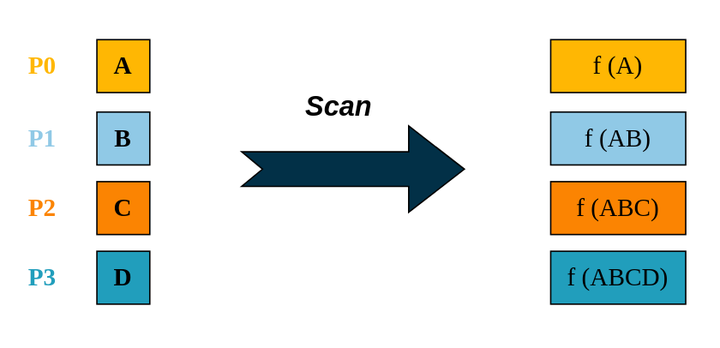
The draw.io diagram img/ch-mpi/scan.svg in godaai/scale-py-zh, before a commit. Source tidied: cells renumbered, new cells last; positions are measured from the earlier drawing's top-left corner, leaving out a move shared by most shapes.
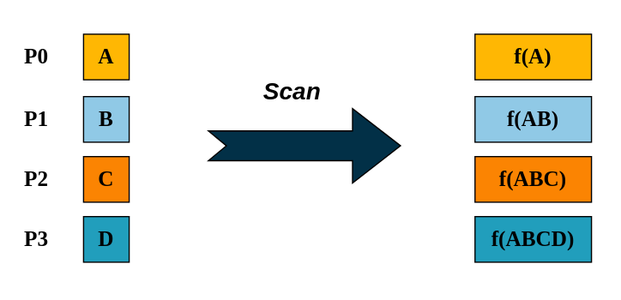
After the commit.

Change to the diagram source:
```diff
@@ -17,16 +17,16 @@
     <mxCell id="6" value="&lt;font face=&quot;Times New Roman&quot;&gt;&lt;span style=&quot;font-size: 18px;&quot;&gt;&lt;b&gt;D&lt;/b&gt;&lt;/span&gt;&lt;/font&gt;" style="whiteSpace=wrap;html=1;fillColor=#219EBC;" parent="1" vertex="1">
       <mxGeometry x="69" y="180" width="38" height="38" as="geometry" />
     </mxCell>
-    <mxCell id="7" value="&lt;font color=&quot;#ffb703&quot; style=&quot;font-size: 18px;&quot; face=&quot;Times New Roman&quot;&gt;&lt;b&gt;P0&lt;/b&gt;&lt;/font&gt;" style="text;html=1;strokeColor=none;fillColor=none;align=center;verticalAlign=middle;whiteSpace=wrap;rounded=0;" parent="1" vertex="1">
+    <mxCell id="7" value="&lt;font style=&quot;font-size: 18px;&quot; face=&quot;Times New Roman&quot;&gt;&lt;b&gt;P0&lt;/b&gt;&lt;/font&gt;" style="text;html=1;strokeColor=none;fillColor=none;align=center;verticalAlign=middle;whiteSpace=wrap;rounded=0;fontColor=#000000;" parent="1" vertex="1">
       <mxGeometry y="32" width="60" height="30" as="geometry" />
     </mxCell>
-    <mxCell id="8" value="&lt;font color=&quot;#90c9e6&quot; style=&quot;font-size: 18px;&quot; face=&quot;Times New Roman&quot;&gt;&lt;b&gt;P1&lt;/b&gt;&lt;/font&gt;" style="text;html=1;strokeColor=none;fillColor=none;align=center;verticalAlign=middle;whiteSpace=wrap;rounded=0;" parent="1" vertex="1">
+    <mxCell id="8" value="&lt;font style=&quot;font-size: 18px;&quot; face=&quot;Times New Roman&quot;&gt;&lt;b&gt;P1&lt;/b&gt;&lt;/font&gt;" style="text;html=1;strokeColor=none;fillColor=none;align=center;verticalAlign=middle;whiteSpace=wrap;rounded=0;fontColor=#000000;" parent="1" vertex="1">
       <mxGeometry y="84" width="60" height="30" as="geometry" />
     </mxCell>
-    <mxCell id="9" value="&lt;font color=&quot;#fb8402&quot; style=&quot;font-size: 18px;&quot; face=&quot;Times New Roman&quot;&gt;&lt;b&gt;P2&lt;/b&gt;&lt;/font&gt;" style="text;html=1;strokeColor=none;fillColor=none;align=center;verticalAlign=middle;whiteSpace=wrap;rounded=0;" parent="1" vertex="1">
+    <mxCell id="9" value="&lt;font style=&quot;font-size: 18px;&quot; face=&quot;Times New Roman&quot;&gt;&lt;b&gt;P2&lt;/b&gt;&lt;/font&gt;" style="text;html=1;strokeColor=none;fillColor=none;align=center;verticalAlign=middle;whiteSpace=wrap;rounded=0;fontColor=#000000;" parent="1" vertex="1">
       <mxGeometry y="134" width="60" height="30" as="geometry" />
     </mxCell>
-    <mxCell id="10" value="&lt;font color=&quot;#219ebc&quot; style=&quot;font-size: 18px;&quot; face=&quot;Times New Roman&quot;&gt;&lt;b&gt;P3&lt;/b&gt;&lt;/font&gt;" style="text;html=1;strokeColor=none;fillColor=none;align=center;verticalAlign=middle;whiteSpace=wrap;rounded=0;" parent="1" vertex="1">
+    <mxCell id="10" value="&lt;font style=&quot;font-size: 18px;&quot; face=&quot;Times New Roman&quot;&gt;&lt;b&gt;P3&lt;/b&gt;&lt;/font&gt;" style="text;html=1;strokeColor=none;fillColor=none;align=center;verticalAlign=middle;whiteSpace=wrap;rounded=0;fontColor=#000000;" parent="1" vertex="1">
       <mxGeometry y="184" width="60" height="30" as="geometry" />
     </mxCell>
     <mxCell id="11" style="html=1;shadow=0;dashed=0;align=center;verticalAlign=middle;shape=mxgraph.arrows2.arrow;dy=0.6;dx=40;notch=15;fillColor=#023047;" parent="1" vertex="1">
@@ -35,16 +35,16 @@
     <mxCell id="12" value="&lt;font style=&quot;font-size: 20px;&quot;&gt;&lt;b style=&quot;&quot;&gt;&lt;i style=&quot;&quot;&gt;Scan&lt;br&gt;&lt;/i&gt;&lt;/b&gt;&lt;/font&gt;" style="text;html=1;strokeColor=none;fillColor=none;align=center;verticalAlign=middle;whiteSpace=wrap;rounded=0;" parent="1" vertex="1">
       <mxGeometry x="176" y="60" width="134" height="30" as="geometry" />
     </mxCell>
-    <mxCell id="13" value="&lt;font face=&quot;Times New Roman&quot; style=&quot;font-size: 18px;&quot;&gt;f (A)&lt;/font&gt;" style="rounded=0;whiteSpace=wrap;html=1;fillColor=#FFB703;" parent="1" vertex="1">
+    <mxCell id="13" value="&lt;font face=&quot;Times New Roman&quot; style=&quot;font-size: 18px;&quot;&gt;f(A)&lt;/font&gt;" style="rounded=0;whiteSpace=wrap;html=1;fillColor=#FFB703;fontStyle=1;" parent="1" vertex="1">
       <mxGeometry x="395" y="28" width="97" height="38" as="geometry" />
     </mxCell>
-    <mxCell id="14" value="&lt;font style=&quot;font-size: 18px;&quot; face=&quot;Times New Roman&quot;&gt;f (AB)&lt;/font&gt;" style="rounded=0;whiteSpace=wrap;html=1;fillColor=#90C9E6;" parent="1" vertex="1">
+    <mxCell id="14" value="&lt;font style=&quot;font-size: 18px;&quot; face=&quot;Times New Roman&quot;&gt;f(AB)&lt;/font&gt;" style="rounded=0;whiteSpace=wrap;html=1;fillColor=#90C9E6;fontStyle=1;" parent="1" vertex="1">
       <mxGeometry x="395" y="80" width="97" height="38" as="geometry" />
     </mxCell>
-    <mxCell id="15" value="&lt;font style=&quot;font-size: 18px;&quot; face=&quot;Times New Roman&quot;&gt;f (ABC)&lt;/font&gt;" style="rounded=0;whiteSpace=wrap;html=1;fillColor=#FB8402;" parent="1" vertex="1">
+    <mxCell id="15" value="&lt;font style=&quot;font-size: 18px;&quot; face=&quot;Times New Roman&quot;&gt;f(ABC)&lt;/font&gt;" style="rounded=0;whiteSpace=wrap;html=1;fillColor=#FB8402;fontStyle=1;" parent="1" vertex="1">
       <mxGeometry x="395" y="130" width="97" height="38" as="geometry" />
     </mxCell>
-    <mxCell id="16" value="&lt;font style=&quot;font-size: 18px;&quot; face=&quot;Times New Roman&quot;&gt;f (ABCD)&lt;/font&gt;" style="rounded=0;whiteSpace=wrap;html=1;fillColor=#219EBC;" parent="1" vertex="1">
+    <mxCell id="16" value="&lt;font style=&quot;font-size: 18px;&quot; face=&quot;Times New Roman&quot;&gt;f(ABCD)&lt;/font&gt;" style="rounded=0;whiteSpace=wrap;html=1;fillColor=#219EBC;fontStyle=1;" parent="1" vertex="1">
       <mxGeometry x="395" y="180" width="97" height="38" as="geometry" />
     </mxCell>
   </root>
```
